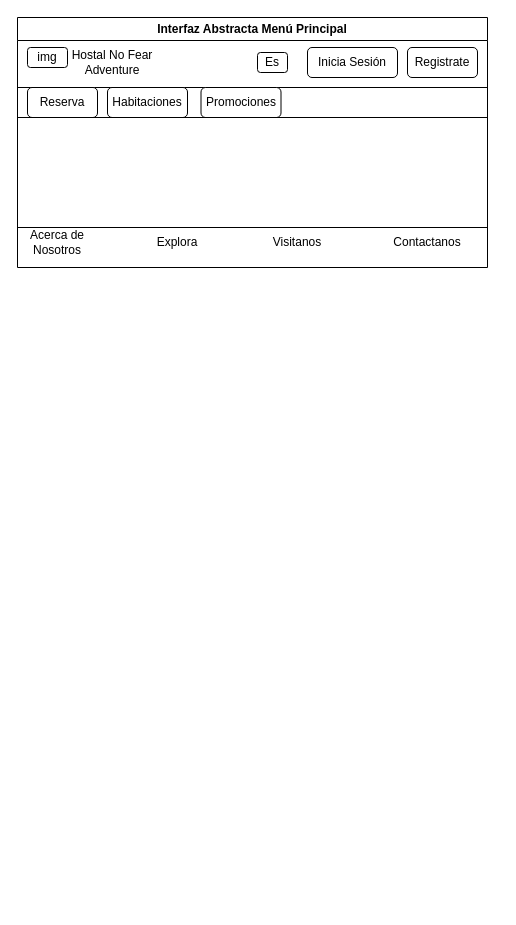
Joel4670/prueba1 keeps this draw.io diagram as Abstract.drawio. Above is the earlier version. Source tidied: cells renumbered, new cells numbered last; positions are measured from the earlier drawing's top-left corner, leaving out a move shared by most shapes. Both pictures are drawn from the tidied source at 100%, with x=0, y=0 at pixel (17, 17).
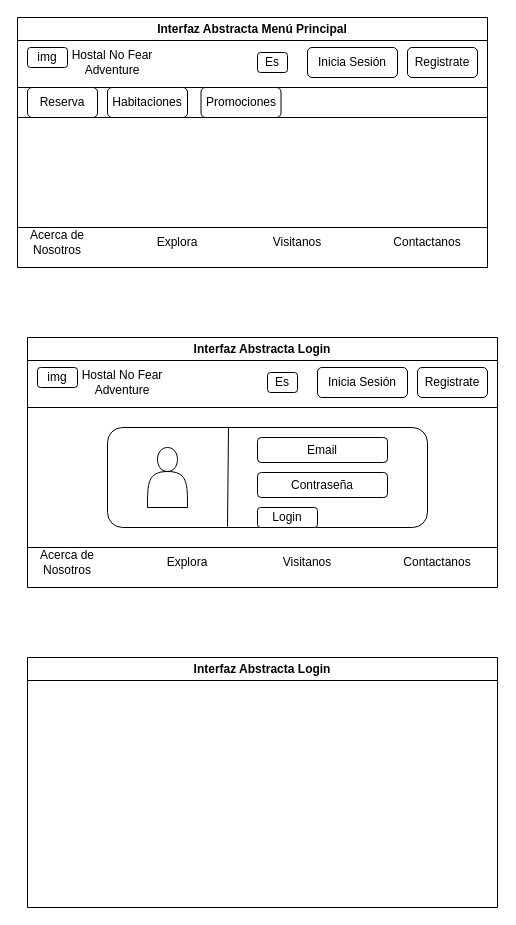
After the change.

Diff of the diagram source:
```diff
@@
+    <mxCell id="18" value="Interfaz Abstracta Login" style="swimlane;whiteSpace=wrap;html=1;" parent="1" vertex="1">
+      <mxGeometry x="10" y="640" width="470" height="250" as="geometry" />
+    </mxCell>
+    <mxCell id="19" value="Interfaz Abstracta Login" style="swimlane;whiteSpace=wrap;html=1;" parent="1" vertex="1">
+      <mxGeometry x="10" y="320" width="470" height="250" as="geometry" />
+    </mxCell>
+    <mxCell id="20" value="Registrate" style="rounded=1;whiteSpace=wrap;html=1;" parent="19" vertex="1">
+      <mxGeometry x="390" y="30" width="70" height="30" as="geometry" />
+    </mxCell>
+    <mxCell id="21" value="Inicia Sesión" style="rounded=1;whiteSpace=wrap;html=1;" parent="19" vertex="1">
+      <mxGeometry x="290" y="30" width="90" height="30" as="geometry" />
+    </mxCell>
+    <mxCell id="22" value="Es" style="rounded=1;whiteSpace=wrap;html=1;" parent="19" vertex="1">
+      <mxGeometry x="240" y="35" width="30" height="20" as="geometry" />
+    </mxCell>
+    <mxCell id="23" value="Hostal No Fear Adventure" style="text;html=1;align=center;verticalAlign=middle;whiteSpace=wrap;rounded=0;" parent="19" vertex="1">
+      <mxGeometry x="40" y="30" width="110" height="30" as="geometry" />
+    </mxCell>
+    <mxCell id="24" value="img" style="rounded=1;whiteSpace=wrap;html=1;" parent="19" vertex="1">
+      <mxGeometry x="10" y="30" width="40" height="20" as="geometry" />
+    </mxCell>
+    <mxCell id="25" style="endArrow=none;html=1;rounded=0;" parent="19" edge="1">
+      <mxGeometry relative="1" as="geometry">
+        <mxPoint y="70" as="sourcePoint" />
+        <mxPoint x="470" y="70" as="targetPoint" />
+      </mxGeometry>
+    </mxCell>
+    <mxCell id="26" value="Acerca de Nosotros" style="text;html=1;align=center;verticalAlign=middle;whiteSpace=wrap;rounded=0;" parent="19" vertex="1">
+      <mxGeometry x="10" y="210" width="60" height="30" as="geometry" />
+    </mxCell>
+    <mxCell id="27" value="Explora" style="text;html=1;align=center;verticalAlign=middle;whiteSpace=wrap;rounded=0;" parent="19" vertex="1">
+      <mxGeometry x="130" y="210" width="60" height="30" as="geometry" />
+    </mxCell>
+    <mxCell id="28" value="Visitanos" style="text;html=1;align=center;verticalAlign=middle;whiteSpace=wrap;rounded=0;" parent="19" vertex="1">
+      <mxGeometry x="250" y="210" width="60" height="30" as="geometry" />
+    </mxCell>
+    <mxCell id="29" value="Contactanos" style="text;html=1;align=center;verticalAlign=middle;whiteSpace=wrap;rounded=0;" parent="19" vertex="1">
+      <mxGeometry x="380" y="210" width="60" height="30" as="geometry" />
+    </mxCell>
+    <mxCell id="30" style="endArrow=none;html=1;rounded=0;" parent="19" edge="1">
+      <mxGeometry relative="1" as="geometry">
+        <mxPoint y="210" as="sourcePoint" />
+        <mxPoint x="470" y="210" as="targetPoint" />
+      </mxGeometry>
+    </mxCell>
+    <mxCell id="31" style="rounded=1;whiteSpace=wrap;html=1;" parent="19" vertex="1">
+      <mxGeometry x="80" y="90" width="320" height="100" as="geometry" />
+    </mxCell>
+    <mxCell id="32" style="endArrow=none;html=1;rounded=0;entryX=0.455;entryY=0.025;entryDx=0;entryDy=0;entryPerimeter=0;exitX=0.452;exitY=1.016;exitDx=0;exitDy=0;exitPerimeter=0;" parent="19" edge="1">
+      <mxGeometry relative="1" as="geometry">
+        <mxPoint x="200" y="189.1" as="sourcePoint" />
+        <mxPoint x="201" y="90" as="targetPoint" />
+      </mxGeometry>
+    </mxCell>
+    <mxCell id="33" style="shape=actor;whiteSpace=wrap;html=1;" parent="19" vertex="1">
+      <mxGeometry x="120" y="110" width="40" height="60" as="geometry" />
+    </mxCell>
+    <mxCell id="34" value="Email" style="rounded=1;whiteSpace=wrap;html=1;" parent="19" vertex="1">
+      <mxGeometry x="230" y="100" width="130" height="25" as="geometry" />
+    </mxCell>
+    <mxCell id="35" value="Contraseña" style="rounded=1;whiteSpace=wrap;html=1;" parent="19" vertex="1">
+      <mxGeometry x="230" y="135" width="130" height="25" as="geometry" />
+    </mxCell>
+    <mxCell id="36" value="Login" style="rounded=1;whiteSpace=wrap;html=1;" parent="19" vertex="1">
+      <mxGeometry x="230" y="170" width="60" height="20" as="geometry" />
+    </mxCell>
```
